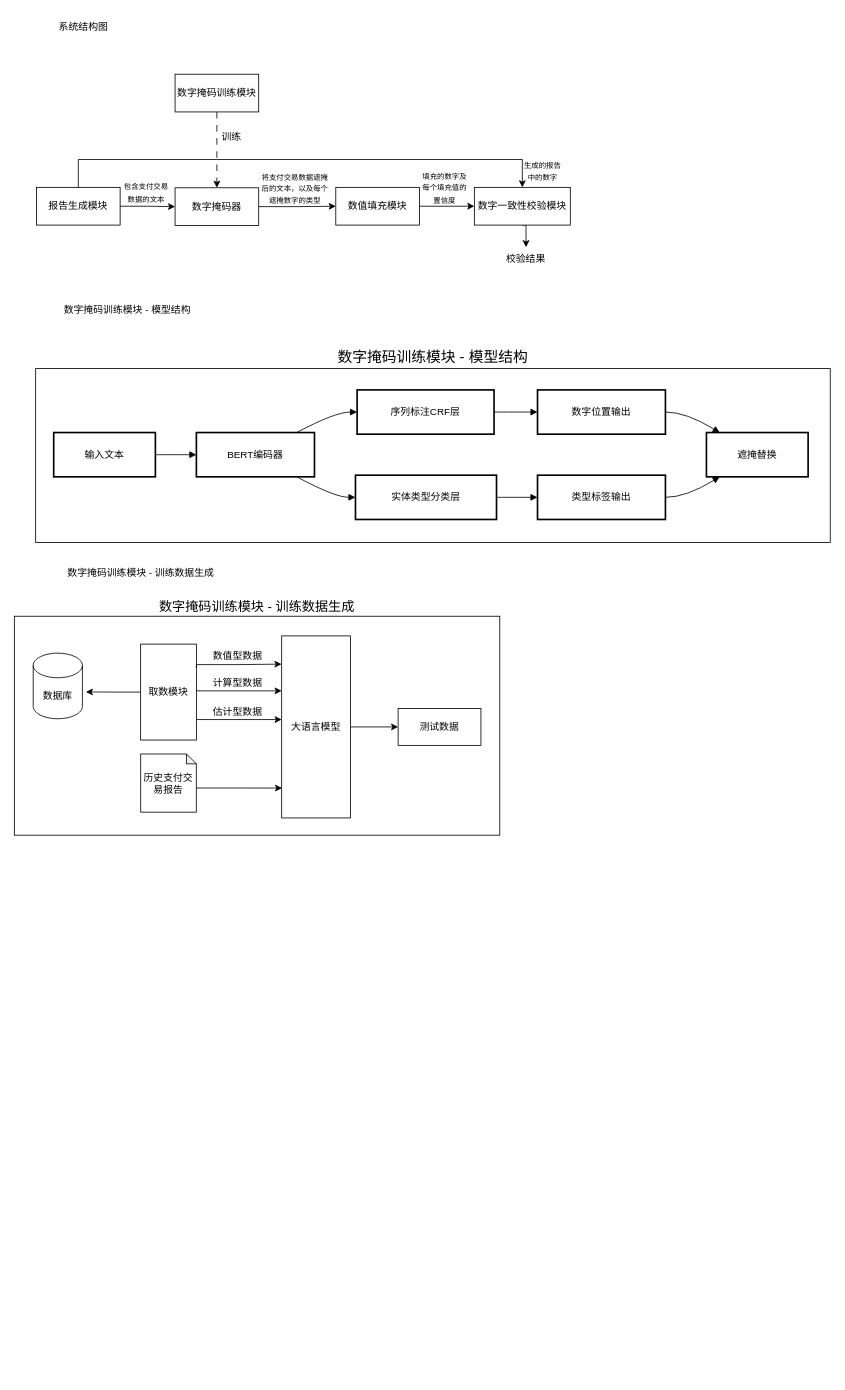
The draw.io diagram page "专利" (2 of 2) of payment_report.drawio in CindyZX/drawio_figures, before the edit. Source tidied: cells renumbered, new cells numbered last; positions are measured from the earlier drawing's top-left corner, leaving out a move shared by most shapes. Both pictures are drawn from the tidied source at 82%, with x=0, y=0 at pixel (14, 14).
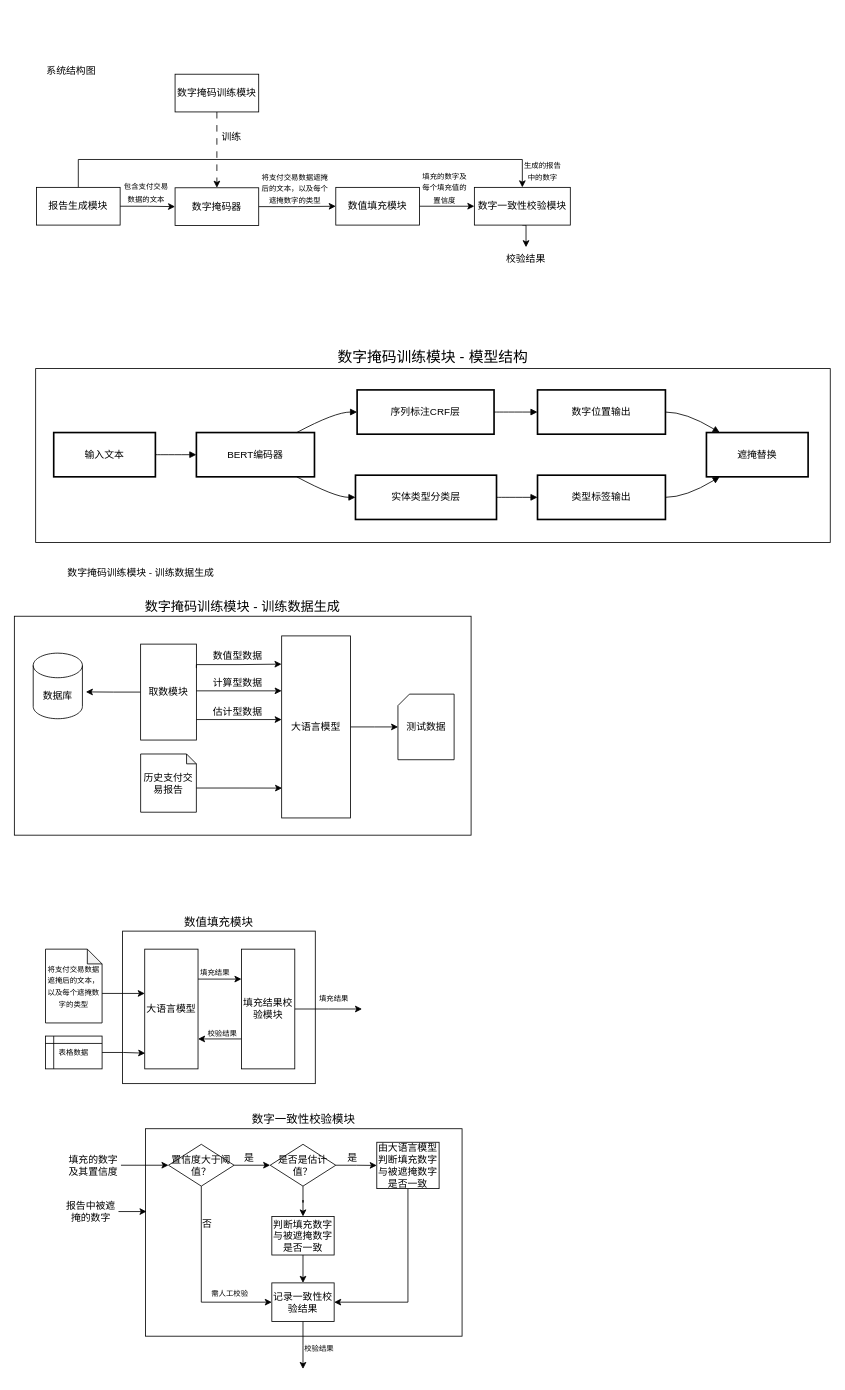
Above is the later version.

Unchanged cells that the change refers to:
```xml
<mxCell id="39" value="大语言模型" style="rounded=0;whiteSpace=wrap;html=1;" parent="1" vertex="1">
  <mxGeometry x="326" y="758" width="84" height="222" as="geometry" />
</mxCell>
```

What changed in the source:
```diff
@@
+    <mxCell id="52" value="&lt;font style=&quot;font-size: 14px;&quot;&gt;数字一致性校验模块&lt;/font&gt;" style="rounded=0;whiteSpace=wrap;html=1;labelPosition=center;verticalLabelPosition=top;align=center;verticalAlign=bottom;" parent="1" vertex="1">
+      <mxGeometry x="160" y="1359" width="386" height="253" as="geometry" />
+    </mxCell>
+    <mxCell id="53" value="&lt;font style=&quot;font-size: 14px;&quot;&gt;数值填充模块&lt;/font&gt;" style="rounded=0;whiteSpace=wrap;html=1;labelPosition=center;verticalLabelPosition=top;align=center;verticalAlign=bottom;" parent="1" vertex="1">
+      <mxGeometry x="132" y="1118" width="235" height="186" as="geometry" />
+    </mxCell>
     <mxCell id="2" value="&lt;font style=&quot;font-size: 16px;&quot;&gt;数字掩码训练模块 - 训练数据生成&lt;/font&gt;" style="rounded=0;whiteSpace=wrap;html=1;labelPosition=center;verticalLabelPosition=top;align=center;verticalAlign=bottom;" parent="1" vertex="1">
-      <mxGeometry y="734" width="592" height="267" as="geometry" />
+      <mxGeometry y="734" width="557" height="267" as="geometry" />
     </mxCell>
@@
     <mxCell id="35" value="系统结构图" style="text;html=1;align=center;verticalAlign=middle;whiteSpace=wrap;rounded=0;" parent="1" vertex="1">
-      <mxGeometry x="23" width="123" height="30" as="geometry" />
+      <mxGeometry x="8" y="54" width="123" height="30" as="geometry" />
     </mxCell>
-    <mxCell id="36" value="数字掩码训练模块 - 模型结构" style="text;html=1;align=center;verticalAlign=middle;whiteSpace=wrap;rounded=0;" parent="1" vertex="1">
-      <mxGeometry x="54" y="346" width="168" height="30" as="geometry" />
-    </mxCell>
@@
-    <mxCell id="38" style="edgeStyle=orthogonalEdgeStyle;rounded=0;jettySize=auto;html=1;exitX=1;exitY=0.5;exitDx=0;exitDy=0;entryX=0;entryY=0.5;entryDx=0;entryDy=0;" parent="1" edge="1" source="39" target="51">
-      <mxGeometry relative="1" as="geometry" />
+    <mxCell id="38" style="edgeStyle=orthogonalEdgeStyle;rounded=0;jettySize=auto;html=1;exitX=1;exitY=0.5;exitDx=0;exitDy=0;entryX=0;entryY=0.5;entryDx=0;entryDy=0;" parent="1" edge="1" source="39">
+      <mxGeometry relative="1" as="geometry">
+        <mxPoint x="468" y="869" as="targetPoint" />
+      </mxGeometry>
     </mxCell>
@@
-    <mxCell id="51" value="测试数据" style="rounded=0;whiteSpace=wrap;html=1;" parent="1" vertex="1">
-      <mxGeometry x="468" y="846.5" width="101" height="45" as="geometry" />
+    <mxCell id="51" value="测试数据" style="shape=card;whiteSpace=wrap;html=1;size=14;" parent="1" vertex="1">
+      <mxGeometry x="467.8" y="829" width="68.5" height="80" as="geometry" />
     </mxCell>
+    <mxCell id="54" style="edgeStyle=orthogonalEdgeStyle;rounded=0;jettySize=auto;html=1;exitX=1;exitY=0.25;exitDx=0;exitDy=0;entryX=0;entryY=0.25;entryDx=0;entryDy=0;" parent="1" edge="1" source="55" target="60">
+      <mxGeometry relative="1" as="geometry" />
+    </mxCell>
+    <mxCell id="55" value="大语言模型" style="rounded=0;whiteSpace=wrap;html=1;" parent="1" vertex="1">
+      <mxGeometry x="159" y="1140" width="65" height="146" as="geometry" />
+    </mxCell>
+    <mxCell id="56" value="&lt;span style=&quot;font-size: 9px;&quot;&gt;将支付交易数据遮掩后的文本，以及每个遮掩数字的类型&lt;/span&gt;" style="shape=note;whiteSpace=wrap;html=1;backgroundOutline=1;darkOpacity=0.05;size=18;" parent="1" vertex="1">
+      <mxGeometry x="38" y="1140" width="69" height="90" as="geometry" />
+    </mxCell>
+    <mxCell id="57" value="&lt;font style=&quot;font-size: 9px;&quot;&gt;表格数据&lt;/font&gt;" style="shape=internalStorage;whiteSpace=wrap;html=1;backgroundOutline=1;dx=10;dy=9;" parent="1" vertex="1">
+      <mxGeometry x="38" y="1246" width="69" height="40" as="geometry" />
+    </mxCell>
+    <mxCell id="58" style="edgeStyle=orthogonalEdgeStyle;rounded=0;jettySize=auto;html=1;exitX=1;exitY=0.5;exitDx=0;exitDy=0;" parent="1" edge="1" source="60">
+      <mxGeometry relative="1" as="geometry">
+        <mxPoint x="424" y="1213" as="targetPoint" />
+      </mxGeometry>
+    </mxCell>
+    <mxCell id="59" style="edgeStyle=orthogonalEdgeStyle;rounded=0;jettySize=auto;html=1;exitX=0;exitY=0.75;exitDx=0;exitDy=0;entryX=1;entryY=0.75;entryDx=0;entryDy=0;" parent="1" edge="1" source="60" target="55">
+      <mxGeometry relative="1" as="geometry" />
+    </mxCell>
+    <mxCell id="60" value="填充结果校验模块" style="rounded=0;whiteSpace=wrap;html=1;" parent="1" vertex="1">
+      <mxGeometry x="277" y="1140" width="65" height="146" as="geometry" />
+    </mxCell>
+    <mxCell id="61" style="edgeStyle=orthogonalEdgeStyle;rounded=0;jettySize=auto;html=1;exitX=0;exitY=0;exitDx=69;exitDy=54;exitPerimeter=0;entryX=0.001;entryY=0.37;entryDx=0;entryDy=0;entryPerimeter=0;" parent="1" edge="1" source="56" target="55">
+      <mxGeometry relative="1" as="geometry" />
+    </mxCell>
+    <mxCell id="62" style="edgeStyle=orthogonalEdgeStyle;rounded=0;jettySize=auto;html=1;exitX=1;exitY=0.5;exitDx=0;exitDy=0;entryX=0.009;entryY=0.869;entryDx=0;entryDy=0;entryPerimeter=0;" parent="1" edge="1" source="57" target="55">
+      <mxGeometry relative="1" as="geometry" />
+    </mxCell>
+    <mxCell id="63" value="&lt;font style=&quot;font-size: 9px;&quot;&gt;填充结果&lt;/font&gt;" style="text;html=1;align=center;verticalAlign=middle;whiteSpace=wrap;rounded=0;" parent="1" vertex="1">
+      <mxGeometry x="215" y="1153" width="60" height="30" as="geometry" />
+    </mxCell>
+    <mxCell id="64" value="&lt;font style=&quot;font-size: 9px;&quot;&gt;校验结果&lt;/font&gt;" style="text;html=1;align=center;verticalAlign=middle;whiteSpace=wrap;rounded=0;" parent="1" vertex="1">
+      <mxGeometry x="224" y="1227" width="60" height="30" as="geometry" />
+    </mxCell>
+    <mxCell id="65" value="&lt;font style=&quot;font-size: 9px;&quot;&gt;填充结果&lt;/font&gt;" style="text;html=1;align=center;verticalAlign=middle;whiteSpace=wrap;rounded=0;" parent="1" vertex="1">
+      <mxGeometry x="360" y="1185" width="60" height="30" as="geometry" />
+    </mxCell>
+    <mxCell id="66" value="报告中被遮掩的数字" style="text;html=1;align=center;verticalAlign=middle;whiteSpace=wrap;rounded=0;" parent="1" vertex="1">
+      <mxGeometry x="60" y="1445" width="67" height="30" as="geometry" />
+    </mxCell>
+    <mxCell id="67" style="edgeStyle=orthogonalEdgeStyle;rounded=0;jettySize=auto;html=1;exitX=1;exitY=0.5;exitDx=0;exitDy=0;entryX=0;entryY=0.5;entryDx=0;entryDy=0;" parent="1" edge="1" source="68" target="71">
+      <mxGeometry relative="1" as="geometry" />
+    </mxCell>
+    <mxCell id="68" value="填充的数字及其置信度" style="text;html=1;align=center;verticalAlign=middle;whiteSpace=wrap;rounded=0;" parent="1" vertex="1">
+      <mxGeometry x="63" y="1388.5" width="67" height="30" as="geometry" />
+    </mxCell>
+    <mxCell id="69" style="edgeStyle=orthogonalEdgeStyle;rounded=0;jettySize=auto;html=1;exitX=0.5;exitY=1;exitDx=0;exitDy=0;entryX=0;entryY=0.5;entryDx=0;entryDy=0;" parent="1" edge="1" source="71" target="82">
+      <mxGeometry relative="1" as="geometry" />
+    </mxCell>
+    <mxCell id="70" style="edgeStyle=orthogonalEdgeStyle;rounded=0;jettySize=auto;html=1;exitX=1;exitY=0.5;exitDx=0;exitDy=0;entryX=0;entryY=0.5;entryDx=0;entryDy=0;" parent="1" edge="1" source="71" target="74">
+      <mxGeometry relative="1" as="geometry" />
+    </mxCell>
+    <mxCell id="71" value="置信度大于阈值？" style="rhombus;whiteSpace=wrap;html=1;" parent="1" vertex="1">
+      <mxGeometry x="188" y="1378" width="80" height="51" as="geometry" />
+    </mxCell>
+    <mxCell id="72" style="edgeStyle=orthogonalEdgeStyle;rounded=0;jettySize=auto;html=1;exitX=1;exitY=0.5;exitDx=0;exitDy=0;entryX=0;entryY=0.5;entryDx=0;entryDy=0;" parent="1" edge="1" source="74" target="76">
+      <mxGeometry relative="1" as="geometry" />
+    </mxCell>
+    <mxCell id="73" style="edgeStyle=orthogonalEdgeStyle;rounded=0;jettySize=auto;html=1;exitX=0.5;exitY=1;exitDx=0;exitDy=0;" parent="1" edge="1" source="74" target="79">
+      <mxGeometry relative="1" as="geometry" />
+    </mxCell>
+    <mxCell id="74" value="是否是估计值？" style="rhombus;whiteSpace=wrap;html=1;" parent="1" vertex="1">
+      <mxGeometry x="312" y="1378" width="80" height="51" as="geometry" />
+    </mxCell>
+    <mxCell id="75" style="edgeStyle=orthogonalEdgeStyle;rounded=0;jettySize=auto;html=1;exitX=0.5;exitY=1;exitDx=0;exitDy=0;entryX=1;entryY=0.5;entryDx=0;entryDy=0;" parent="1" edge="1" source="76" target="82">
+      <mxGeometry relative="1" as="geometry" />
+    </mxCell>
+    <mxCell id="76" value="由大语言模型判断填充数字与被遮掩数字是否一致" style="rounded=0;whiteSpace=wrap;html=1;" parent="1" vertex="1">
+      <mxGeometry x="442" y="1375.5" width="76" height="56.5" as="geometry" />
+    </mxCell>
+    <mxCell id="77" value="是" style="text;html=1;align=center;verticalAlign=middle;whiteSpace=wrap;rounded=0;" parent="1" vertex="1">
+      <mxGeometry x="399" y="1384" width="27" height="22" as="geometry" />
+    </mxCell>
+    <mxCell id="78" style="edgeStyle=orthogonalEdgeStyle;rounded=0;jettySize=auto;html=1;exitX=0.5;exitY=1;exitDx=0;exitDy=0;entryX=0.5;entryY=0;entryDx=0;entryDy=0;" parent="1" edge="1" source="79" target="82">
+      <mxGeometry relative="1" as="geometry" />
+    </mxCell>
+    <mxCell id="79" value="判断填充数字与被遮掩数字是否一致" style="rounded=0;whiteSpace=wrap;html=1;" parent="1" vertex="1">
+      <mxGeometry x="314" y="1466" width="76" height="47" as="geometry" />
+    </mxCell>
+    <mxCell id="80" value="否" style="text;html=1;align=center;verticalAlign=middle;whiteSpace=wrap;rounded=0;" parent="1" vertex="1">
+      <mxGeometry x="222" y="1464" width="27" height="22" as="geometry" />
+    </mxCell>
+    <mxCell id="81" style="edgeStyle=orthogonalEdgeStyle;rounded=0;jettySize=auto;html=1;exitX=0.5;exitY=1;exitDx=0;exitDy=0;" parent="1" edge="1" source="82">
+      <mxGeometry relative="1" as="geometry">
+        <mxPoint x="352" y="1652" as="targetPoint" />
+      </mxGeometry>
+    </mxCell>
+    <mxCell id="82" value="记录一致性校验结果" style="rounded=0;whiteSpace=wrap;html=1;" parent="1" vertex="1">
+      <mxGeometry x="314" y="1547" width="76" height="47" as="geometry" />
+    </mxCell>
+    <mxCell id="83" value="是" style="text;html=1;align=center;verticalAlign=middle;whiteSpace=wrap;rounded=0;" parent="1" vertex="1">
+      <mxGeometry x="273" y="1384" width="27" height="22" as="geometry" />
+    </mxCell>
+    <mxCell id="84" value="&lt;font style=&quot;font-size: 9px;&quot;&gt;需人工校验&lt;/font&gt;" style="text;html=1;align=center;verticalAlign=middle;whiteSpace=wrap;rounded=0;" parent="1" vertex="1">
+      <mxGeometry x="233" y="1545" width="60" height="30" as="geometry" />
+    </mxCell>
+    <mxCell id="85" style="edgeStyle=orthogonalEdgeStyle;rounded=0;jettySize=auto;html=1;exitX=1;exitY=0.5;exitDx=0;exitDy=0;entryX=0.003;entryY=0.398;entryDx=0;entryDy=0;entryPerimeter=0;" parent="1" edge="1" source="66" target="52">
+      <mxGeometry relative="1" as="geometry" />
+    </mxCell>
+    <mxCell id="86" value="&lt;font style=&quot;font-size: 9px;&quot;&gt;校验结果&lt;/font&gt;" style="text;html=1;align=center;verticalAlign=middle;whiteSpace=wrap;rounded=0;" parent="1" vertex="1">
+      <mxGeometry x="342" y="1612" width="60" height="30" as="geometry" />
+    </mxCell>
```
